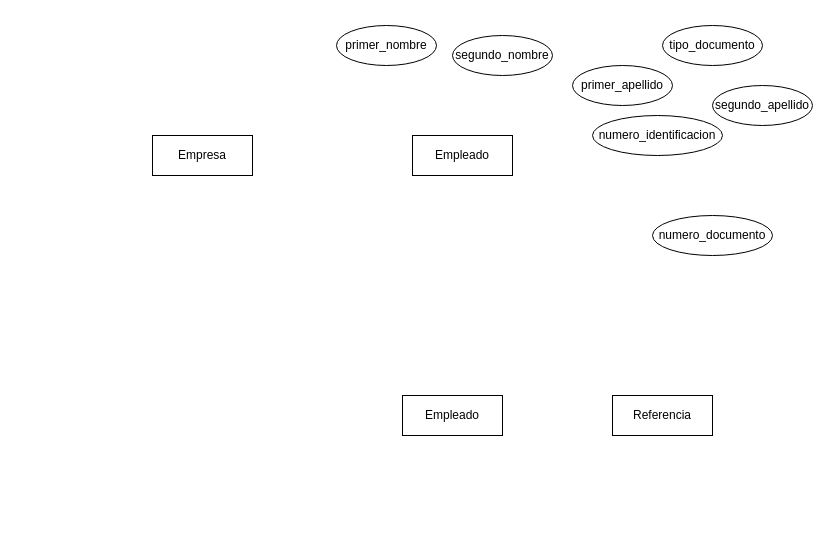
This is ModeloConceptual.drawio from shaten10/hdv, a draw.io file, before an edit. Source tidied: cells renumbered, new cells numbered last; positions are measured from the earlier drawing's top-left corner, leaving out a move shared by most shapes. Both pictures are drawn from the tidied source at 100%, with x=0, y=0 at pixel (152, 25).
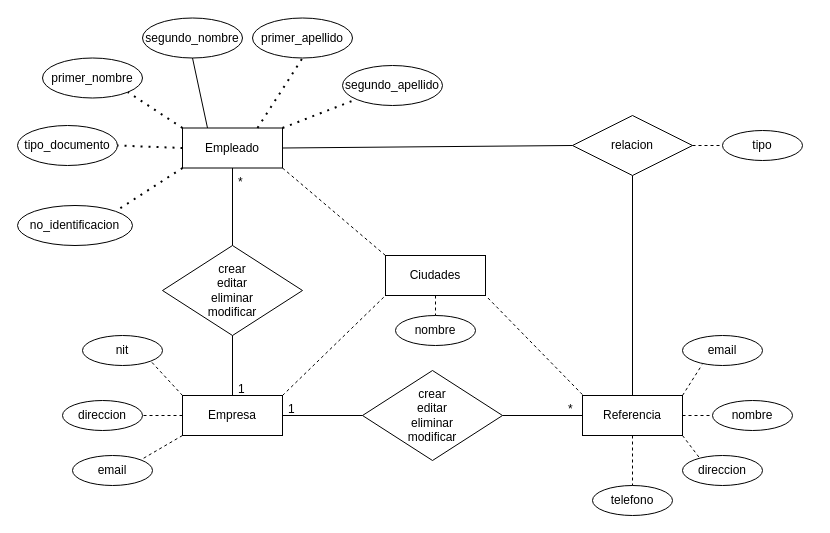
After the change.

Change to the diagram source:
```diff
@@
     <mxCell id="2" value="Empleado" style="whiteSpace=wrap;html=1;align=center;" parent="1" vertex="1">
-      <mxGeometry x="260" y="110" width="100" height="40" as="geometry" />
+      <mxGeometry x="30" y="102.5" width="100" height="40" as="geometry" />
     </mxCell>
     <mxCell id="3" value="tipo_documento" style="ellipse;whiteSpace=wrap;html=1;align=center;" parent="1" vertex="1">
-      <mxGeometry x="510" width="100" height="40" as="geometry" />
+      <mxGeometry x="-135" y="100" width="100" height="40" as="geometry" />
     </mxCell>
-    <mxCell id="4" value="numero_identificacion" style="ellipse;whiteSpace=wrap;html=1;align=center;" parent="1" vertex="1">
-      <mxGeometry x="440" y="90" width="130" height="40" as="geometry" />
+    <mxCell id="4" value="no_identificacion" style="ellipse;whiteSpace=wrap;html=1;align=center;" parent="1" vertex="1">
+      <mxGeometry x="-135" y="180" width="115" height="40" as="geometry" />
     </mxCell>
     <mxCell id="5" value="segundo_apellido" style="ellipse;whiteSpace=wrap;html=1;align=center;" parent="1" vertex="1">
-      <mxGeometry x="560" y="60" width="100" height="40" as="geometry" />
+      <mxGeometry x="190" y="40" width="100" height="40" as="geometry" />
     </mxCell>
     <mxCell id="6" value="primer_apellido" style="ellipse;whiteSpace=wrap;html=1;align=center;" parent="1" vertex="1">
-      <mxGeometry x="420" y="40" width="100" height="40" as="geometry" />
+      <mxGeometry x="100" y="-7.5" width="100" height="40" as="geometry" />
     </mxCell>
     <mxCell id="7" value="segundo_nombre" style="ellipse;whiteSpace=wrap;html=1;align=center;" parent="1" vertex="1">
-      <mxGeometry x="300" y="10" width="100" height="40" as="geometry" />
+      <mxGeometry x="-10" y="-7.5" width="100" height="40" as="geometry" />
     </mxCell>
     <mxCell id="8" value="primer_nombre" style="ellipse;whiteSpace=wrap;html=1;align=center;" parent="1" vertex="1">
-      <mxGeometry x="184" width="100" height="40" as="geometry" />
+      <mxGeometry x="-110" y="32.5" width="100" height="40" as="geometry" />
     </mxCell>
-    <mxCell id="9" value="numero_documento&lt;br&gt;" style="ellipse;whiteSpace=wrap;html=1;align=center;" parent="1" vertex="1">
-      <mxGeometry x="500" y="190" width="120" height="40" as="geometry" />
-    </mxCell>
     <mxCell id="10" value="Empresa" style="whiteSpace=wrap;html=1;align=center;" parent="1" vertex="1">
-      <mxGeometry y="110" width="100" height="40" as="geometry" />
+      <mxGeometry x="30" y="370" width="100" height="40" as="geometry" />
     </mxCell>
     <mxCell id="11" value="Referencia" style="whiteSpace=wrap;html=1;align=center;" parent="1" vertex="1">
-      <mxGeometry x="460" y="370" width="100" height="40" as="geometry" />
+      <mxGeometry x="430" y="370" width="100" height="40" as="geometry" />
     </mxCell>
-    <mxCell id="12" value="Empleado" style="whiteSpace=wrap;html=1;align=center;" parent="1" vertex="1">
-      <mxGeometry x="250" y="370" width="100" height="40" as="geometry" />
-    </mxCell>
+    <mxCell id="13" value="nit" style="ellipse;whiteSpace=wrap;html=1;align=center;" parent="1" vertex="1">
+      <mxGeometry x="-70" y="310" width="80" height="30" as="geometry" />
+    </mxCell>
+    <mxCell id="14" value="direccion" style="ellipse;whiteSpace=wrap;html=1;align=center;" parent="1" vertex="1">
+      <mxGeometry x="-90" y="375" width="80" height="30" as="geometry" />
+    </mxCell>
+    <mxCell id="15" value="email" style="ellipse;whiteSpace=wrap;html=1;align=center;" parent="1" vertex="1">
+      <mxGeometry x="-80" y="430" width="80" height="30" as="geometry" />
+    </mxCell>
+    <mxCell id="16" value="nombre&lt;br&gt;" style="ellipse;whiteSpace=wrap;html=1;align=center;" parent="1" vertex="1">
+      <mxGeometry x="243" y="290" width="80" height="30" as="geometry" />
+    </mxCell>
+    <mxCell id="17" style="endArrow=none;dashed=1;html=1;dashPattern=1 3;strokeWidth=2;exitX=1;exitY=0;exitDx=0;exitDy=0;" parent="1" edge="1" source="2" target="5">
+      <mxGeometry relative="1" as="geometry" />
+    </mxCell>
+    <mxCell id="18" style="endArrow=none;dashed=1;html=1;dashPattern=1 3;strokeWidth=2;entryX=1;entryY=0;entryDx=0;entryDy=0;exitX=0;exitY=1;exitDx=0;exitDy=0;" parent="1" edge="1" source="2" target="4">
+      <mxGeometry relative="1" as="geometry" />
+    </mxCell>
+    <mxCell id="19" style="endArrow=none;dashed=1;html=1;dashPattern=1 3;strokeWidth=2;exitX=0;exitY=0.5;exitDx=0;exitDy=0;entryX=1;entryY=0.5;entryDx=0;entryDy=0;" parent="1" edge="1" source="2" target="3">
+      <mxGeometry relative="1" as="geometry" />
+    </mxCell>
+    <mxCell id="20" style="endArrow=none;dashed=1;html=1;dashPattern=1 3;strokeWidth=2;exitX=0;exitY=0;exitDx=0;exitDy=0;entryX=1;entryY=1;entryDx=0;entryDy=0;" parent="1" edge="1" source="2" target="8">
+      <mxGeometry relative="1" as="geometry" />
+    </mxCell>
+    <mxCell id="21" style="endArrow=none;dashed=1;html=1;entryX=1;entryY=1;entryDx=0;entryDy=0;" parent="1" edge="1" target="13">
+      <mxGeometry relative="1" as="geometry">
+        <mxPoint x="30" y="370" as="sourcePoint" />
+      </mxGeometry>
+    </mxCell>
+    <mxCell id="22" style="endArrow=none;dashed=1;html=1;exitX=0;exitY=0.5;exitDx=0;exitDy=0;entryX=1;entryY=0.5;entryDx=0;entryDy=0;" parent="1" edge="1" source="10" target="14">
+      <mxGeometry relative="1" as="geometry" />
+    </mxCell>
+    <mxCell id="23" style="endArrow=none;dashed=1;html=1;exitX=0;exitY=1;exitDx=0;exitDy=0;entryX=1;entryY=0;entryDx=0;entryDy=0;" parent="1" edge="1" source="10" target="15">
+      <mxGeometry relative="1" as="geometry" />
+    </mxCell>
+    <mxCell id="24" value="Ciudades" style="whiteSpace=wrap;html=1;align=center;" parent="1" vertex="1">
+      <mxGeometry x="233" y="230" width="100" height="40" as="geometry" />
+    </mxCell>
+    <mxCell id="25" style="endArrow=none;dashed=1;html=1;exitX=0.5;exitY=1;exitDx=0;exitDy=0;" parent="1" edge="1" source="24" target="16">
+      <mxGeometry relative="1" as="geometry" />
+    </mxCell>
+    <mxCell id="26" style="endArrow=none;dashed=1;html=1;exitX=1;exitY=0;exitDx=0;exitDy=0;entryX=0;entryY=1;entryDx=0;entryDy=0;" parent="1" edge="1" source="10" target="24">
+      <mxGeometry relative="1" as="geometry" />
+    </mxCell>
+    <mxCell id="27" style="edgeStyle=orthogonalEdgeStyle;rounded=0;orthogonalLoop=1;jettySize=auto;html=1;exitX=0.5;exitY=1;exitDx=0;exitDy=0;" parent="1" edge="1" source="11" target="11">
+      <mxGeometry relative="1" as="geometry" />
+    </mxCell>
+    <mxCell id="28" style="endArrow=none;dashed=1;html=1;dashPattern=1 3;strokeWidth=2;exitX=0.75;exitY=0;exitDx=0;exitDy=0;entryX=0.5;entryY=1;entryDx=0;entryDy=0;" parent="1" edge="1" source="2" target="6">
+      <mxGeometry relative="1" as="geometry" />
+    </mxCell>
+    <mxCell id="29" value="crear&lt;br&gt;editar&lt;br&gt;eliminar&lt;br&gt;modificar" style="shape=rhombus;perimeter=rhombusPerimeter;whiteSpace=wrap;html=1;align=center;" parent="1" vertex="1">
+      <mxGeometry x="210" y="345" width="140" height="90" as="geometry" />
+    </mxCell>
+    <mxCell id="30" style="endArrow=none;html=1;rounded=0;entryX=0;entryY=0.5;entryDx=0;entryDy=0;" parent="1" edge="1" source="29" target="11">
+      <mxGeometry relative="1" as="geometry" />
+    </mxCell>
+    <mxCell id="31" style="endArrow=none;html=1;rounded=0;exitX=1;exitY=0.5;exitDx=0;exitDy=0;entryX=0;entryY=0.5;entryDx=0;entryDy=0;" parent="1" edge="1" source="10" target="29">
+      <mxGeometry relative="1" as="geometry" />
+    </mxCell>
+    <mxCell id="32" style="endArrow=none;html=1;entryX=0.5;entryY=1;entryDx=0;entryDy=0;exitX=0.25;exitY=0;exitDx=0;exitDy=0;" parent="1" edge="1" source="2" target="7">
+      <mxGeometry relative="1" as="geometry" />
+    </mxCell>
+    <mxCell id="33" style="endArrow=none;html=1;entryX=0;entryY=0.5;entryDx=0;entryDy=0;exitX=1;exitY=0.5;exitDx=0;exitDy=0;" parent="1" edge="1" source="2" target="51">
+      <mxGeometry relative="1" as="geometry" />
+    </mxCell>
+    <mxCell id="34" style="edgeStyle=orthogonalEdgeStyle;rounded=0;orthogonalLoop=1;jettySize=auto;html=1;exitX=0.5;exitY=1;exitDx=0;exitDy=0;" parent="1" edge="1">
+      <mxGeometry relative="1" as="geometry">
+        <mxPoint x="480" y="140" as="sourcePoint" />
+        <mxPoint x="480" y="140" as="targetPoint" />
+      </mxGeometry>
+    </mxCell>
+    <mxCell id="35" value="nombre" style="ellipse;whiteSpace=wrap;html=1;align=center;" parent="1" vertex="1">
+      <mxGeometry x="560" y="375" width="80" height="30" as="geometry" />
+    </mxCell>
+    <mxCell id="36" style="endArrow=none;dashed=1;html=1;entryX=0;entryY=0.5;entryDx=0;entryDy=0;exitX=1;exitY=0.5;exitDx=0;exitDy=0;" parent="1" edge="1" source="11" target="35">
+      <mxGeometry relative="1" as="geometry" />
+    </mxCell>
+    <mxCell id="37" value="email" style="ellipse;whiteSpace=wrap;html=1;align=center;" parent="1" vertex="1">
+      <mxGeometry x="530" y="310" width="80" height="30" as="geometry" />
+    </mxCell>
+    <mxCell id="38" value="direccion" style="ellipse;whiteSpace=wrap;html=1;align=center;" parent="1" vertex="1">
+      <mxGeometry x="530" y="430" width="80" height="30" as="geometry" />
+    </mxCell>
+    <mxCell id="39" style="endArrow=none;dashed=1;html=1;entryX=0.227;entryY=0.13;entryDx=0;entryDy=0;entryPerimeter=0;exitX=1;exitY=1;exitDx=0;exitDy=0;" parent="1" edge="1" source="11" target="38">
+      <mxGeometry relative="1" as="geometry" />
+    </mxCell>
+    <mxCell id="40" style="endArrow=none;dashed=1;html=1;exitX=1;exitY=0;exitDx=0;exitDy=0;entryX=0.245;entryY=0.972;entryDx=0;entryDy=0;entryPerimeter=0;" parent="1" edge="1" source="11" target="37">
+      <mxGeometry relative="1" as="geometry" />
+    </mxCell>
+    <mxCell id="41" style="endArrow=none;html=1;rounded=0;entryX=0.5;entryY=0;entryDx=0;entryDy=0;exitX=0.5;exitY=1;exitDx=0;exitDy=0;" parent="1" edge="1" source="51" target="11">
+      <mxGeometry relative="1" as="geometry" />
+    </mxCell>
+    <mxCell id="42" value="telefono" style="ellipse;whiteSpace=wrap;html=1;align=center;" parent="1" vertex="1">
+      <mxGeometry x="440" y="460" width="80" height="30" as="geometry" />
+    </mxCell>
+    <mxCell id="43" style="endArrow=none;dashed=1;html=1;" parent="1" edge="1">
+      <mxGeometry relative="1" as="geometry">
+        <mxPoint x="480" y="410" as="sourcePoint" />
+        <mxPoint x="480" y="460" as="targetPoint" />
+      </mxGeometry>
+    </mxCell>
+    <mxCell id="44" value="crear&lt;br&gt;editar&lt;br&gt;eliminar&lt;br&gt;modificar" style="shape=rhombus;perimeter=rhombusPerimeter;whiteSpace=wrap;html=1;align=center;" parent="1" vertex="1">
+      <mxGeometry x="10" y="220" width="140" height="90" as="geometry" />
+    </mxCell>
+    <mxCell id="45" style="endArrow=none;html=1;exitX=0.5;exitY=0;exitDx=0;exitDy=0;entryX=0.5;entryY=1;entryDx=0;entryDy=0;" parent="1" edge="1" source="10" target="44">
+      <mxGeometry relative="1" as="geometry" />
+    </mxCell>
+    <mxCell id="46" style="endArrow=none;html=1;exitX=0.5;exitY=0;exitDx=0;exitDy=0;entryX=0.5;entryY=1;entryDx=0;entryDy=0;" parent="1" edge="1" source="44" target="2">
+      <mxGeometry relative="1" as="geometry" />
+    </mxCell>
+    <mxCell id="47" value="*" style="text;strokeColor=none;fillColor=none;spacingLeft=4;spacingRight=4;overflow=hidden;fontSize=12;" parent="1" vertex="1">
+      <mxGeometry x="80" y="142.5" width="30" height="20" as="geometry" />
+    </mxCell>
+    <mxCell id="48" value="*" style="text;strokeColor=none;fillColor=none;spacingLeft=4;spacingRight=4;overflow=hidden;points=[[0,0.5],[1,0.5]];portConstraint=eastwest;fontSize=12;" parent="1" vertex="1">
+      <mxGeometry x="410" y="370" width="20" height="20" as="geometry" />
+    </mxCell>
+    <mxCell id="49" value="1" style="text;strokeColor=none;fillColor=none;spacingLeft=4;spacingRight=4;overflow=hidden;fontSize=12;" parent="1" vertex="1">
+      <mxGeometry x="130" y="370" width="20" height="20" as="geometry" />
+    </mxCell>
+    <mxCell id="50" value="1" style="text;strokeColor=none;fillColor=none;spacingLeft=4;spacingRight=4;overflow=hidden;fontSize=12;" parent="1" vertex="1">
+      <mxGeometry x="80" y="350" width="20" height="20" as="geometry" />
+    </mxCell>
+    <mxCell id="51" value="relacion" style="shape=rhombus;perimeter=rhombusPerimeter;whiteSpace=wrap;html=1;align=center;" parent="1" vertex="1">
+      <mxGeometry x="420" y="90" width="120" height="60" as="geometry" />
+    </mxCell>
+    <mxCell id="52" value="tipo" style="ellipse;whiteSpace=wrap;html=1;align=center;" parent="1" vertex="1">
+      <mxGeometry x="570" y="105" width="80" height="30" as="geometry" />
+    </mxCell>
+    <mxCell id="53" style="endArrow=none;dashed=1;html=1;exitX=1;exitY=0.5;exitDx=0;exitDy=0;entryX=0;entryY=0.5;entryDx=0;entryDy=0;" parent="1" edge="1" source="51" target="52">
+      <mxGeometry relative="1" as="geometry" />
+    </mxCell>
+    <mxCell id="54" style="endArrow=none;dashed=1;html=1;entryX=1;entryY=1;entryDx=0;entryDy=0;exitX=0.993;exitY=-0.048;exitDx=0;exitDy=0;exitPerimeter=0;" parent="1" edge="1" source="48" target="24">
+      <mxGeometry relative="1" as="geometry" />
+    </mxCell>
+    <mxCell id="55" style="endArrow=none;dashed=1;html=1;entryX=0;entryY=0;entryDx=0;entryDy=0;exitX=1;exitY=1;exitDx=0;exitDy=0;" parent="1" edge="1" source="2" target="24">
+      <mxGeometry relative="1" as="geometry" />
+    </mxCell>
```
